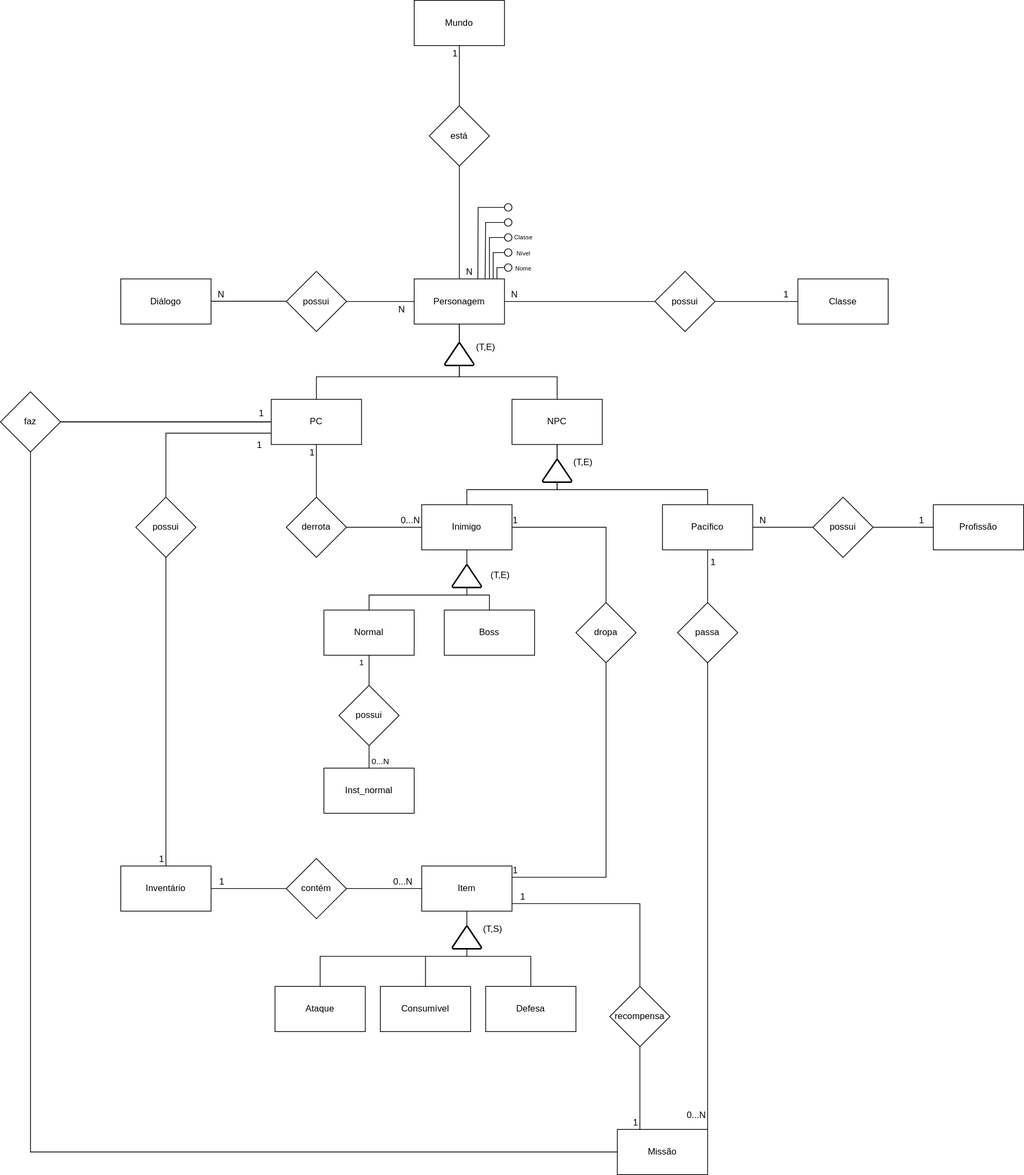
This is docs/modulo_01/DER.drawio.svg from SBD1/2024.2-D-D-classico, a draw.io export, as it was before one commit. Source tidied: cells renumbered, new cells last; positions are measured from the earlier drawing's top-left corner, leaving out a move shared by most shapes.
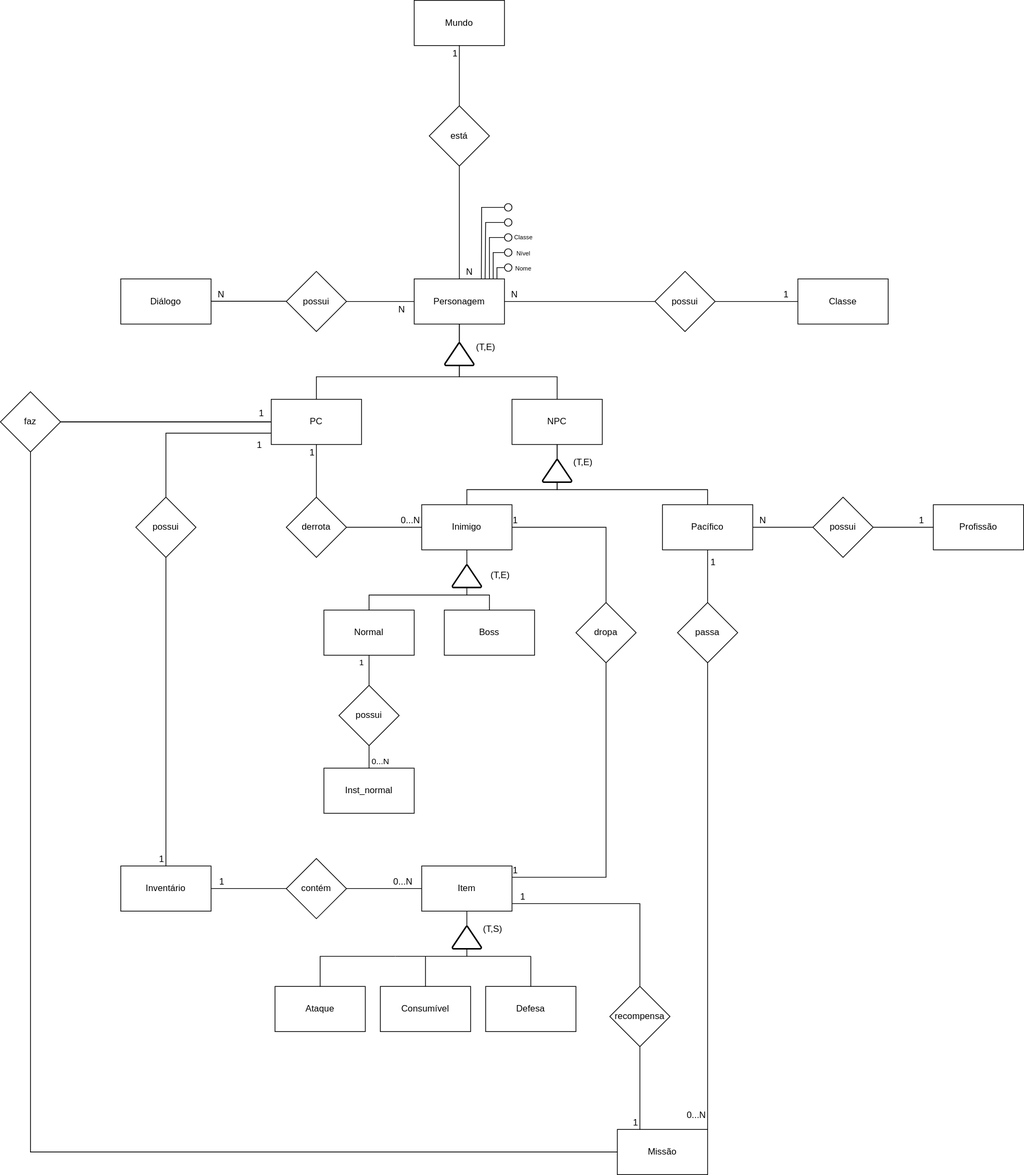
The same diagram one commit later.

The edit, as a diff of the source:
```diff
@@ -466,11 +466,12 @@
     <mxCell id="112" style="ellipse;whiteSpace=wrap;html=1;fontSize=13;" parent="1" vertex="1">
       <mxGeometry x="670" y="290" width="10" height="10" as="geometry" />
     </mxCell>
-    <mxCell id="113" style="endArrow=none;html=1;rounded=0;fontSize=12;entryX=0;entryY=0.5;entryDx=0;entryDy=0;" parent="1" edge="1" target="114">
+    <mxCell id="113" style="endArrow=none;html=1;rounded=0;fontSize=12;entryX=0;entryY=0.5;entryDx=0;entryDy=0;" parent="1" edge="1">
       <mxGeometry relative="1" as="geometry">
-        <mxPoint x="634.6" y="370" as="sourcePoint" />
+        <mxPoint x="639.2" y="370" as="sourcePoint" />
+        <mxPoint x="674.6" y="275" as="targetPoint" />
         <Array as="points">
-          <mxPoint x="635" y="275" />
+          <mxPoint x="639.6" y="275" />
         </Array>
       </mxGeometry>
     </mxCell>
```
